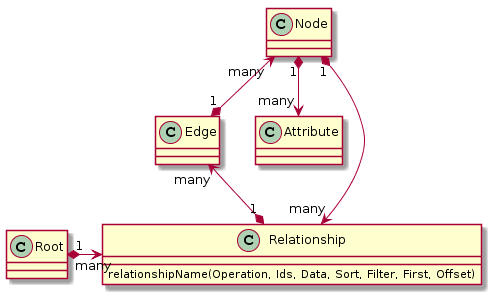
Before: assets/images/graphql_query_object_uml.png, a diagram exported from PlantUML (yahoo/elide-doc).
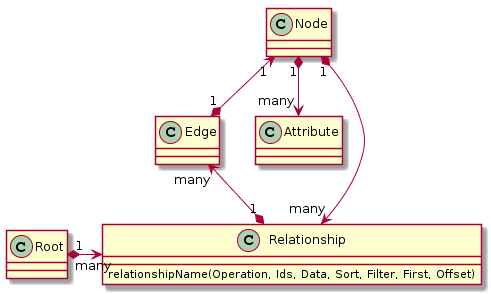
Later version of the same file.

Commit message:
Fixed a diagram error and a text typo

Change to the diagram source:
```diff
@@ -13,5 +13,5 @@
 Root "1" *-right-> "many" Relationship
 
 Relationship "1" *-up-> "many" Edge
-Edge "1" *-up-> "many" Node
+Edge "1" *-up-> "1" Node
 @enduml
```
